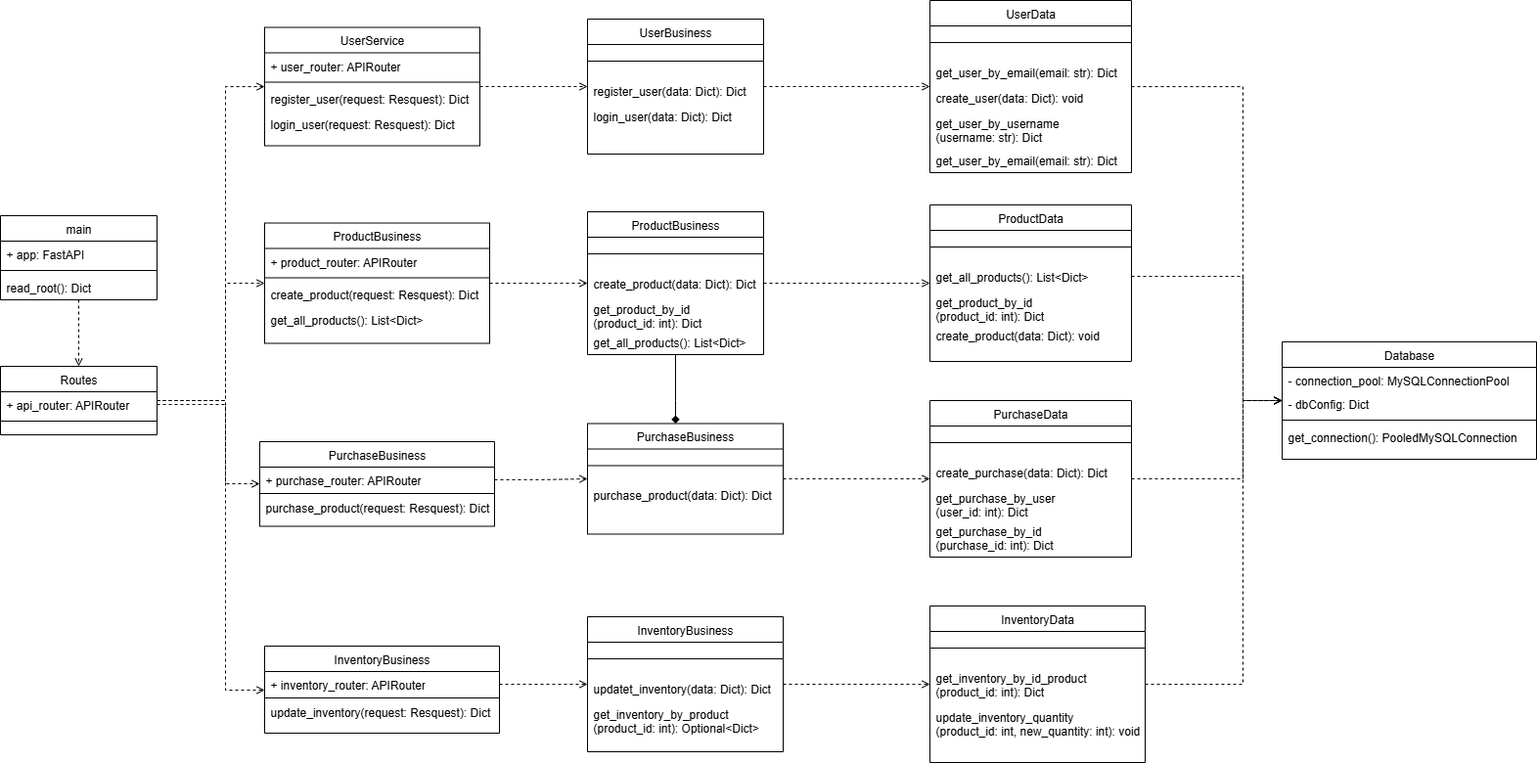
JonaCaste/ecommerce-layered-fastapi keeps this draw.io diagram as Documentation/ClassDiagram.png. Above is the earlier version. Source tidied: cells renumbered, new cells last; positions are measured from the earlier drawing's top-left corner, leaving out a move shared by most shapes.
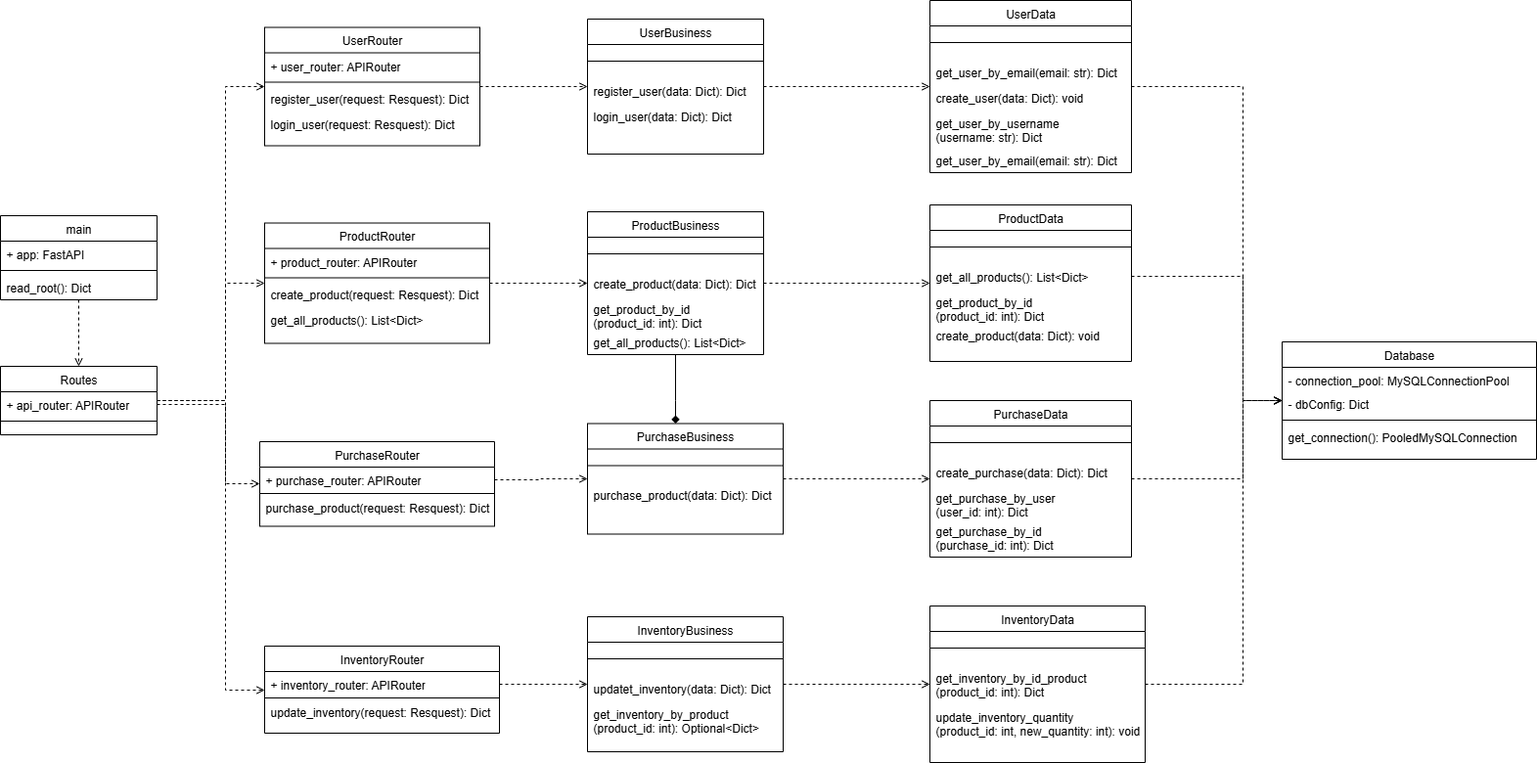
After the commit.

Change to the diagram source:
```diff
@@ -180,7 +180,7 @@
     <mxCell id="52" style="edgeStyle=orthogonalEdgeStyle;rounded=0;jettySize=auto;html=1;endArrow=open;endFill=0;dashed=1;" parent="1" edge="1" source="53" target="3">
       <mxGeometry relative="1" as="geometry" />
     </mxCell>
-    <mxCell id="53" value="UserService" style="swimlane;fontStyle=0;align=center;verticalAlign=top;horizontal=1;startSize=26;rounded=0;shadow=0;strokeWidth=1;" parent="1" vertex="1">
+    <mxCell id="53" value="UserRouter" style="swimlane;fontStyle=0;align=center;verticalAlign=top;horizontal=1;startSize=26;rounded=0;shadow=0;strokeWidth=1;" parent="1" vertex="1">
       <mxGeometry x="270" y="27.5" width="220" height="121" as="geometry" />
     </mxCell>
     <mxCell id="54" value="+ user_router: APIRouter" style="text;strokeColor=none;fillColor=none;align=left;verticalAlign=top;spacingLeft=4;spacingRight=4;overflow=hidden;whiteSpace=wrap;html=1;" parent="53" vertex="1">
@@ -198,7 +198,7 @@
     <mxCell id="58" style="edgeStyle=orthogonalEdgeStyle;rounded=0;jettySize=auto;html=1;endArrow=open;endFill=0;dashed=1;" parent="1" edge="1" source="59" target="8">
       <mxGeometry relative="1" as="geometry" />
     </mxCell>
-    <mxCell id="59" value="ProductBusiness" style="swimlane;fontStyle=0;align=center;verticalAlign=top;horizontal=1;startSize=26;rounded=0;shadow=0;strokeWidth=1;" parent="1" vertex="1">
+    <mxCell id="59" value="ProductRouter" style="swimlane;fontStyle=0;align=center;verticalAlign=top;horizontal=1;startSize=26;rounded=0;shadow=0;strokeWidth=1;" parent="1" vertex="1">
       <mxGeometry x="270" y="227.5" width="230" height="123" as="geometry" />
     </mxCell>
     <mxCell id="60" value="+ product_router: APIRouter" style="text;strokeColor=none;fillColor=none;align=left;verticalAlign=top;spacingLeft=4;spacingRight=4;overflow=hidden;whiteSpace=wrap;html=1;" parent="59" vertex="1">
@@ -213,7 +213,7 @@
     <mxCell id="63" value="get_all_products(): List&lt;Dict&gt;" style="text;align=left;verticalAlign=top;spacingLeft=4;spacingRight=4;overflow=hidden;fontStyle=0;" parent="59" vertex="1">
       <mxGeometry y="86" width="230" height="26" as="geometry" />
     </mxCell>
-    <mxCell id="64" value="PurchaseBusiness" style="swimlane;fontStyle=0;align=center;verticalAlign=top;horizontal=1;startSize=26;rounded=0;shadow=0;strokeWidth=1;" parent="1" vertex="1">
+    <mxCell id="64" value="PurchaseRouter" style="swimlane;fontStyle=0;align=center;verticalAlign=top;horizontal=1;startSize=26;rounded=0;shadow=0;strokeWidth=1;" parent="1" vertex="1">
       <mxGeometry x="265" y="451" width="240" height="86.5" as="geometry" />
     </mxCell>
     <mxCell id="65" value="+ purchase_router: APIRouter" style="text;strokeColor=none;fillColor=none;align=left;verticalAlign=top;spacingLeft=4;spacingRight=4;overflow=hidden;points=[[0,0.5],[1,0.5]];portConstraint=eastwest;whiteSpace=wrap;html=1;" parent="64" vertex="1">
@@ -225,7 +225,7 @@
     <mxCell id="67" value="purchase_product(request: Resquest): Dict" style="text;align=left;verticalAlign=top;spacingLeft=4;spacingRight=4;overflow=hidden;fontStyle=0;" parent="64" vertex="1">
       <mxGeometry y="54" width="240" height="26" as="geometry" />
     </mxCell>
-    <mxCell id="68" value="InventoryBusiness" style="swimlane;fontStyle=0;align=center;verticalAlign=top;horizontal=1;startSize=26;rounded=0;shadow=0;strokeWidth=1;" parent="1" vertex="1">
+    <mxCell id="68" value="InventoryRouter" style="swimlane;fontStyle=0;align=center;verticalAlign=top;horizontal=1;startSize=26;rounded=0;shadow=0;strokeWidth=1;" parent="1" vertex="1">
       <mxGeometry x="270" y="660" width="240" height="89" as="geometry" />
     </mxCell>
     <mxCell id="69" value="+ inventory_router: APIRouter" style="text;strokeColor=none;fillColor=none;align=left;verticalAlign=top;spacingLeft=4;spacingRight=4;overflow=hidden;points=[[0,0.5],[1,0.5]];portConstraint=eastwest;whiteSpace=wrap;html=1;" parent="68" vertex="1">
```
